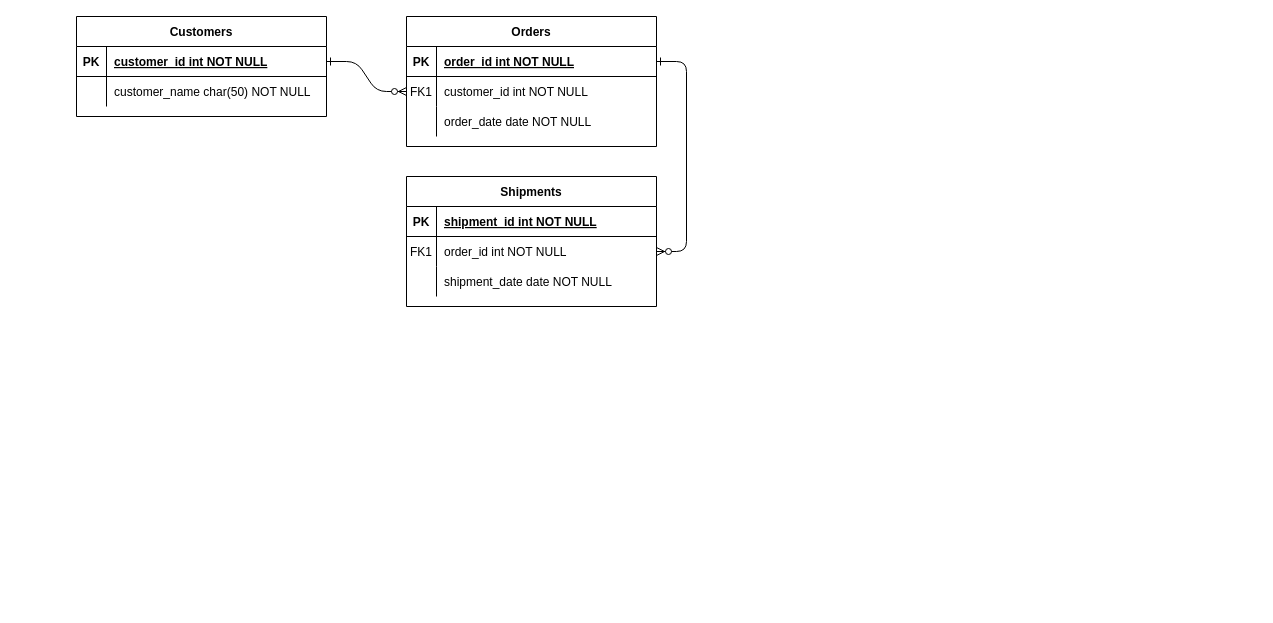
This is Untitled Diagram.drawio from whiteforestcat/Orange-Mart-Client, a draw.io file, before an edit. Source tidied: cells renumbered, new cells numbered last; positions are measured from the earlier drawing's top-left corner, leaving out a move shared by most shapes. Both pictures are drawn from the tidied source at 100%, with x=0, y=0 at pixel (76, 16).
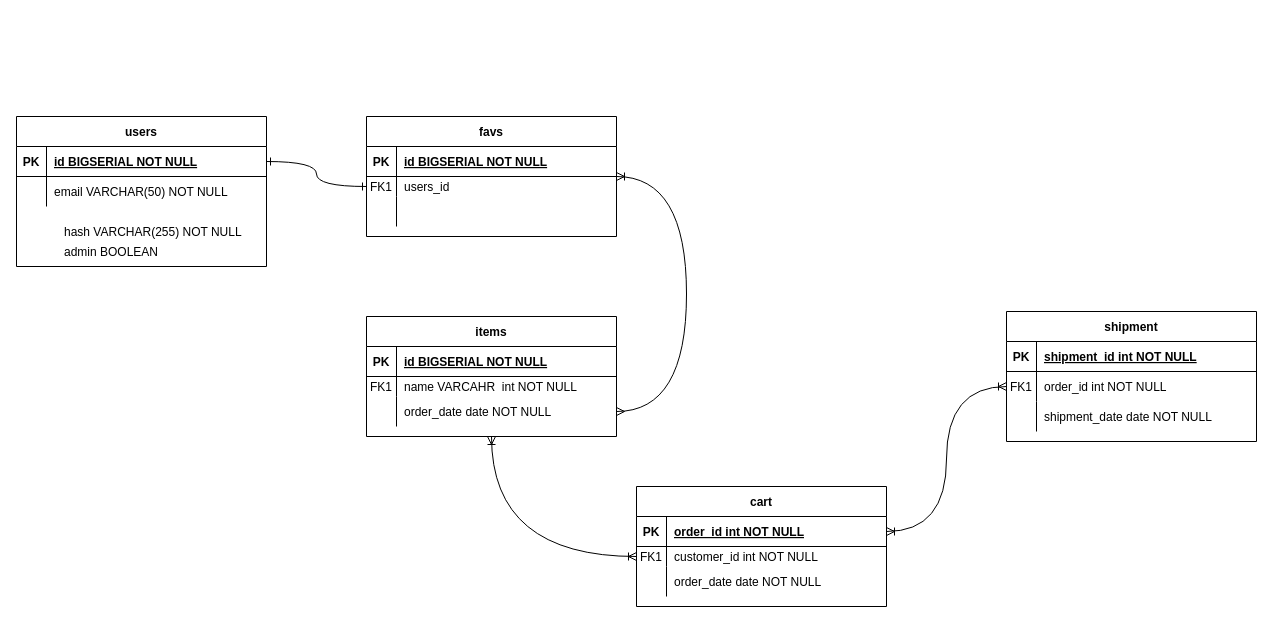
After the change.

Unchanged cells that the change refers to:
```xml
<mxCell id="5" style="shape=partialRectangle;fillColor=none;points=[[0,0.5],[1,0.5]];portConstraint=eastwest;top=0;left=0;right=0;bottom=1;" parent="4" vertex="1">
  <mxGeometry y="30" width="250" height="30" as="geometry" />
</mxCell>
<mxCell id="18" style="shape=partialRectangle;fillColor=none;points=[[0,0.5],[1,0.5]];portConstraint=eastwest;top=0;left=0;right=0;bottom=0;" parent="14" vertex="1">
  <mxGeometry y="60" width="250" height="30" as="geometry" />
</mxCell>
<mxCell id="25" style="shape=partialRectangle;fillColor=none;points=[[0,0.5],[1,0.5]];portConstraint=eastwest;top=0;left=0;right=0;bottom=1;" parent="24" vertex="1">
  <mxGeometry y="30" width="250" height="30" as="geometry" />
</mxCell>
<mxCell id="28" style="shape=partialRectangle;fillColor=none;top=0;left=0;right=0;bottom=0;" parent="24" vertex="1">
  <mxGeometry y="60" width="250" height="30" as="geometry" />
</mxCell>
```

The edit, as a diff of the source:
```diff
@@
-    <mxCell id="2" style="edgeStyle=entityRelationEdgeStyle;endArrow=ERzeroToMany;startArrow=ERone;endFill=1;startFill=0;" parent="1" edge="1" source="25" target="8">
-      <mxGeometry relative="1" as="geometry" />
-    </mxCell>
-    <mxCell id="3" style="edgeStyle=entityRelationEdgeStyle;endArrow=ERzeroToMany;startArrow=ERone;endFill=1;startFill=0;" parent="1" edge="1" source="5" target="18">
-      <mxGeometry relative="1" as="geometry" />
-    </mxCell>
-    <mxCell id="4" value="Orders" style="shape=table;startSize=30;childLayout=tableLayout;rowLines=0;fontStyle=1;align=center;" parent="1" vertex="1">
-      <mxGeometry x="330" width="250" height="130" as="geometry" />
+    <mxCell id="4" value="favs" style="shape=table;startSize=30;childLayout=tableLayout;rowLines=0;fontStyle=1;align=center;" parent="1" vertex="1">
+      <mxGeometry x="290" y="100" width="250" height="120" as="geometry" />
     </mxCell>
@@
-    <mxCell id="7" value="order_id int NOT NULL " style="shape=partialRectangle;overflow=hidden;fillColor=none;top=0;left=0;bottom=0;right=0;align=left;spacingLeft=6;fontStyle=5;" parent="5" vertex="1">
+    <mxCell id="7" value="id BIGSERIAL NOT NULL " style="shape=partialRectangle;overflow=hidden;fillColor=none;top=0;left=0;bottom=0;right=0;align=left;spacingLeft=6;fontStyle=5;" parent="5" vertex="1">
       <mxGeometry x="30" width="220" height="30" as="geometry" />
     </mxCell>
     <mxCell id="8" style="shape=partialRectangle;fillColor=none;points=[[0,0.5],[1,0.5]];portConstraint=eastwest;top=0;left=0;right=0;bottom=0;" parent="4" vertex="1">
-      <mxGeometry y="60" width="250" height="30" as="geometry" />
+      <mxGeometry y="60" width="250" height="20" as="geometry" />
     </mxCell>
     <mxCell id="9" value="FK1" style="shape=partialRectangle;overflow=hidden;fillColor=none;top=0;left=0;bottom=0;right=0;" parent="8" vertex="1">
-      <mxGeometry width="30" height="30" as="geometry" />
+      <mxGeometry width="30" height="20" as="geometry" />
     </mxCell>
-    <mxCell id="10" value="customer_id int NOT NULL" style="shape=partialRectangle;overflow=hidden;fillColor=none;top=0;left=0;bottom=0;right=0;align=left;spacingLeft=6;" parent="8" vertex="1">
-      <mxGeometry x="30" width="220" height="30" as="geometry" />
+    <mxCell id="10" value="users_id" style="shape=partialRectangle;overflow=hidden;fillColor=none;top=0;left=0;bottom=0;right=0;align=left;spacingLeft=6;" parent="8" vertex="1">
+      <mxGeometry x="30" width="220" height="20" as="geometry" />
     </mxCell>
     <mxCell id="11" style="shape=partialRectangle;fillColor=none;top=0;left=0;right=0;bottom=0;" parent="4" vertex="1">
-      <mxGeometry y="90" width="250" height="30" as="geometry" />
+      <mxGeometry y="80" width="250" height="30" as="geometry" />
     </mxCell>
@@
-    <mxCell id="13" value="order_date date NOT NULL" style="shape=partialRectangle;overflow=hidden;fillColor=none;top=0;left=0;bottom=0;right=0;align=left;spacingLeft=6;" parent="11" vertex="1">
+    <mxCell id="13" style="shape=partialRectangle;overflow=hidden;fillColor=none;top=0;left=0;bottom=0;right=0;align=left;spacingLeft=6;" parent="11" vertex="1">
       <mxGeometry x="30" width="220" height="30" as="geometry" />
     </mxCell>
-    <mxCell id="14" value="Shipments" style="shape=table;startSize=30;childLayout=tableLayout;rowLines=0;fontStyle=1;align=center;" parent="1" vertex="1">
-      <mxGeometry x="330" y="160" width="250" height="130" as="geometry" />
+    <mxCell id="14" value="shipment" style="shape=table;startSize=30;childLayout=tableLayout;rowLines=0;fontStyle=1;align=center;" parent="1" vertex="1">
+      <mxGeometry x="930" y="295" width="250" height="130" as="geometry" />
     </mxCell>
@@
-    <mxCell id="24" value="Customers" style="shape=table;startSize=30;childLayout=tableLayout;rowLines=0;fontStyle=1;align=center;" parent="1" vertex="1">
-      <mxGeometry width="250" height="100" as="geometry" />
+    <mxCell id="24" value="users" style="shape=table;startSize=30;childLayout=tableLayout;rowLines=0;fontStyle=1;align=center;" parent="1" vertex="1">
+      <mxGeometry x="-60" y="100" width="250" height="150" as="geometry" />
     </mxCell>
@@
-    <mxCell id="27" value="customer_id int NOT NULL " style="shape=partialRectangle;overflow=hidden;fillColor=none;top=0;left=0;bottom=0;right=0;align=left;spacingLeft=6;fontStyle=5;" parent="25" vertex="1">
+    <mxCell id="27" value="id BIGSERIAL NOT NULL " style="shape=partialRectangle;overflow=hidden;fillColor=none;top=0;left=0;bottom=0;right=0;align=left;spacingLeft=6;fontStyle=5;" parent="25" vertex="1">
       <mxGeometry x="30" width="220" height="30" as="geometry" />
     </mxCell>
@@
-    <mxCell id="30" value="customer_name char(50) NOT NULL" style="shape=partialRectangle;overflow=hidden;fillColor=none;top=0;left=0;bottom=0;right=0;align=left;spacingLeft=6;" parent="28" vertex="1">
+    <mxCell id="30" value="email VARCHAR(50) NOT NULL" style="shape=partialRectangle;overflow=hidden;fillColor=none;top=0;left=0;bottom=0;right=0;align=left;spacingLeft=6;" parent="28" vertex="1">
       <mxGeometry x="30" width="220" height="30" as="geometry" />
     </mxCell>
+    <mxCell id="31" style="edgeStyle=orthogonalEdgeStyle;rounded=0;jettySize=auto;html=1;entryX=0;entryY=0.5;entryDx=0;entryDy=0;curved=1;startArrow=ERoneToMany;startFill=0;endArrow=ERoneToMany;endFill=0;" parent="1" edge="1" source="32" target="46">
+      <mxGeometry relative="1" as="geometry" />
+    </mxCell>
+    <mxCell id="32" value="items" style="shape=table;startSize=30;childLayout=tableLayout;rowLines=0;fontStyle=1;align=center;" parent="1" vertex="1">
+      <mxGeometry x="290" y="300" width="250" height="120" as="geometry" />
+    </mxCell>
+    <mxCell id="33" style="shape=partialRectangle;fillColor=none;top=0;left=0;right=0;bottom=1;" parent="32" vertex="1">
+      <mxGeometry y="30" width="250" height="30" as="geometry" />
+    </mxCell>
+    <mxCell id="34" value="PK" style="shape=partialRectangle;overflow=hidden;fillColor=none;top=0;left=0;bottom=0;right=0;fontStyle=1;" parent="33" vertex="1">
+      <mxGeometry width="30" height="30" as="geometry" />
+    </mxCell>
+    <mxCell id="35" value="id BIGSERIAL NOT NULL " style="shape=partialRectangle;overflow=hidden;fillColor=none;top=0;left=0;bottom=0;right=0;align=left;spacingLeft=6;fontStyle=5;" parent="33" vertex="1">
+      <mxGeometry x="30" width="220" height="30" as="geometry" />
+    </mxCell>
+    <mxCell id="36" style="shape=partialRectangle;fillColor=none;top=0;left=0;right=0;bottom=0;" parent="32" vertex="1">
+      <mxGeometry y="60" width="250" height="20" as="geometry" />
+    </mxCell>
+    <mxCell id="37" value="FK1" style="shape=partialRectangle;overflow=hidden;fillColor=none;top=0;left=0;bottom=0;right=0;" parent="36" vertex="1">
+      <mxGeometry width="30" height="20" as="geometry" />
+    </mxCell>
+    <mxCell id="38" value="name VARCAHR  int NOT NULL" style="shape=partialRectangle;overflow=hidden;fillColor=none;top=0;left=0;bottom=0;right=0;align=left;spacingLeft=6;" parent="36" vertex="1">
+      <mxGeometry x="30" width="220" height="20" as="geometry" />
+    </mxCell>
+    <mxCell id="39" style="shape=partialRectangle;fillColor=none;points=[[0,0.5],[1,0.5]];portConstraint=eastwest;top=0;left=0;right=0;bottom=0;" parent="32" vertex="1">
+      <mxGeometry y="80" width="250" height="30" as="geometry" />
+    </mxCell>
+    <mxCell id="40" style="shape=partialRectangle;overflow=hidden;fillColor=none;top=0;left=0;bottom=0;right=0;" parent="39" vertex="1">
+      <mxGeometry width="30" height="30" as="geometry" />
+    </mxCell>
+    <mxCell id="41" value="order_date date NOT NULL" style="shape=partialRectangle;overflow=hidden;fillColor=none;top=0;left=0;bottom=0;right=0;align=left;spacingLeft=6;" parent="39" vertex="1">
+      <mxGeometry x="30" width="220" height="30" as="geometry" />
+    </mxCell>
+    <mxCell id="42" value="cart" style="shape=table;startSize=30;childLayout=tableLayout;rowLines=0;fontStyle=1;align=center;" parent="1" vertex="1">
+      <mxGeometry x="560" y="470" width="250" height="120" as="geometry" />
+    </mxCell>
+    <mxCell id="43" style="shape=partialRectangle;fillColor=none;points=[[0,0.5],[1,0.5]];portConstraint=eastwest;top=0;left=0;right=0;bottom=1;" parent="42" vertex="1">
+      <mxGeometry y="30" width="250" height="30" as="geometry" />
+    </mxCell>
+    <mxCell id="44" value="PK" style="shape=partialRectangle;overflow=hidden;fillColor=none;top=0;left=0;bottom=0;right=0;fontStyle=1;" parent="43" vertex="1">
+      <mxGeometry width="30" height="30" as="geometry" />
+    </mxCell>
+    <mxCell id="45" value="order_id int NOT NULL " style="shape=partialRectangle;overflow=hidden;fillColor=none;top=0;left=0;bottom=0;right=0;align=left;spacingLeft=6;fontStyle=5;" parent="43" vertex="1">
+      <mxGeometry x="30" width="220" height="30" as="geometry" />
+    </mxCell>
+    <mxCell id="46" style="shape=partialRectangle;fillColor=none;points=[[0,0.5],[1,0.5]];portConstraint=eastwest;top=0;left=0;right=0;bottom=0;" parent="42" vertex="1">
+      <mxGeometry y="60" width="250" height="20" as="geometry" />
+    </mxCell>
+    <mxCell id="47" value="FK1" style="shape=partialRectangle;overflow=hidden;fillColor=none;top=0;left=0;bottom=0;right=0;" parent="46" vertex="1">
+      <mxGeometry width="30" height="20" as="geometry" />
+    </mxCell>
+    <mxCell id="48" value="customer_id int NOT NULL" style="shape=partialRectangle;overflow=hidden;fillColor=none;top=0;left=0;bottom=0;right=0;align=left;spacingLeft=6;" parent="46" vertex="1">
+      <mxGeometry x="30" width="220" height="20" as="geometry" />
+    </mxCell>
+    <mxCell id="49" style="shape=partialRectangle;fillColor=none;top=0;left=0;right=0;bottom=0;" parent="42" vertex="1">
+      <mxGeometry y="80" width="250" height="30" as="geometry" />
+    </mxCell>
+    <mxCell id="50" style="shape=partialRectangle;overflow=hidden;fillColor=none;top=0;left=0;bottom=0;right=0;" parent="49" vertex="1">
+      <mxGeometry width="30" height="30" as="geometry" />
+    </mxCell>
+    <mxCell id="51" value="order_date date NOT NULL" style="shape=partialRectangle;overflow=hidden;fillColor=none;top=0;left=0;bottom=0;right=0;align=left;spacingLeft=6;" parent="49" vertex="1">
+      <mxGeometry x="30" width="220" height="30" as="geometry" />
+    </mxCell>
+    <mxCell id="2" style="edgeStyle=orthogonalEdgeStyle;rounded=0;jettySize=auto;html=1;entryX=0;entryY=0.5;entryDx=0;entryDy=0;strokeColor=default;endArrow=ERone;endFill=0;curved=1;startArrow=ERone;startFill=0;" parent="1" edge="1" source="25" target="8">
+      <mxGeometry relative="1" as="geometry" />
+    </mxCell>
+    <mxCell id="52" style="edgeStyle=orthogonalEdgeStyle;rounded=0;jettySize=auto;html=1;curved=1;endArrow=ERoneToMany;endFill=0;startArrow=ERmany;startFill=0;" parent="1" edge="1" source="39" target="4">
+      <mxGeometry relative="1" as="geometry">
+        <Array as="points">
+          <mxPoint x="610" y="160" />
+        </Array>
+      </mxGeometry>
+    </mxCell>
+    <mxCell id="53" style="edgeStyle=orthogonalEdgeStyle;rounded=0;jettySize=auto;html=1;entryX=0;entryY=0.5;entryDx=0;entryDy=0;curved=1;startArrow=ERoneToMany;startFill=0;endArrow=ERoneToMany;endFill=0;" parent="1" edge="1" source="43" target="18">
+      <mxGeometry relative="1" as="geometry" />
+    </mxCell>
+    <mxCell id="54" value="hash VARCHAR(255) NOT NULL" style="shape=partialRectangle;overflow=hidden;fillColor=none;top=0;left=0;bottom=0;right=0;align=left;spacingLeft=6;" parent="1" vertex="1">
+      <mxGeometry x="-20" y="200" width="220" height="30" as="geometry" />
+    </mxCell>
+    <mxCell id="55" value="admin BOOLEAN" style="shape=partialRectangle;overflow=hidden;fillColor=none;top=0;left=0;bottom=0;right=0;align=left;spacingLeft=6;" parent="1" vertex="1">
+      <mxGeometry x="-20" y="220" width="220" height="30" as="geometry" />
+    </mxCell>
```
